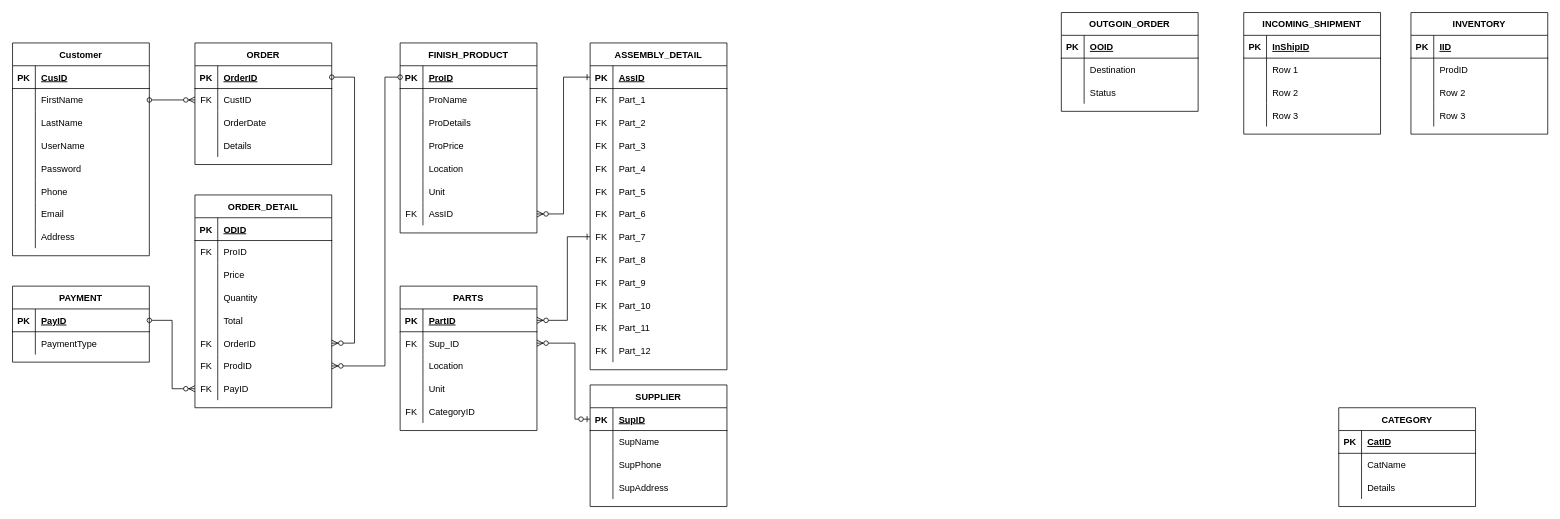
Before: Copy of myAssignment1.drawio in trannthany/IT703_Database_FrontEnd, a draw.io diagram. Source tidied: cells renumbered, new cells numbered last; positions are measured from the earlier drawing's top-left corner, leaving out a move shared by most shapes. Both pictures are drawn from the tidied source at 76%, with x=0, y=0 at pixel (12, 12).
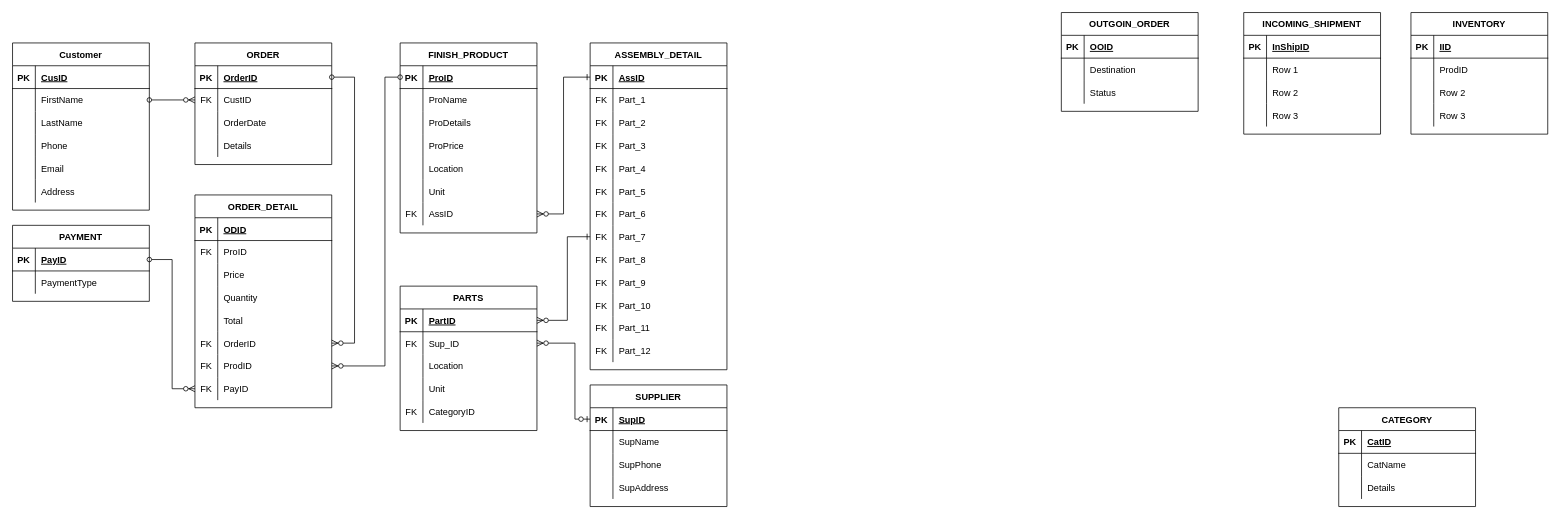
The same diagram, later.

The edit, as a diff of the source:
```diff
@@
     <mxCell id="156" value="Customer" style="shape=table;startSize=30;childLayout=tableLayout;rowLines=0;fontStyle=1;align=center;" parent="1" vertex="1">
-      <mxGeometry y="40" width="180" height="280" as="geometry" />
+      <mxGeometry y="40" width="180" height="220" as="geometry" />
     </mxCell>
@@
-    <mxCell id="166" style="shape=partialRectangle;fillColor=none;top=0;left=0;bottom=0;right=0;" parent="156" vertex="1">
-      <mxGeometry y="120" width="180" height="30" as="geometry" />
-    </mxCell>
-    <mxCell id="167" style="shape=partialRectangle;fillColor=none;top=0;left=0;bottom=0;right=0;overflow=hidden;" parent="166" vertex="1">
-      <mxGeometry width="30" height="30" as="geometry" />
-    </mxCell>
-    <mxCell id="168" value="UserName" style="shape=partialRectangle;fillColor=none;top=0;left=0;bottom=0;right=0;align=left;spacingLeft=6;overflow=hidden;" parent="166" vertex="1">
-      <mxGeometry x="30" width="150" height="30" as="geometry" />
-    </mxCell>
-    <mxCell id="169" style="shape=partialRectangle;fillColor=none;top=0;left=0;bottom=0;right=0;" parent="156" vertex="1">
-      <mxGeometry y="150" width="180" height="30" as="geometry" />
-    </mxCell>
-    <mxCell id="170" style="shape=partialRectangle;fillColor=none;top=0;left=0;bottom=0;right=0;overflow=hidden;" parent="169" vertex="1">
-      <mxGeometry width="30" height="30" as="geometry" />
-    </mxCell>
-    <mxCell id="171" value="Password" style="shape=partialRectangle;fillColor=none;top=0;left=0;bottom=0;right=0;align=left;spacingLeft=6;overflow=hidden;" parent="169" vertex="1">
-      <mxGeometry x="30" width="150" height="30" as="geometry" />
-    </mxCell>
     <mxCell id="172" style="shape=partialRectangle;fillColor=none;top=0;left=0;bottom=0;right=0;" parent="156" vertex="1">
-      <mxGeometry y="180" width="180" height="30" as="geometry" />
+      <mxGeometry y="120" width="180" height="30" as="geometry" />
     </mxCell>
@@
     <mxCell id="175" style="shape=partialRectangle;fillColor=none;top=0;left=0;bottom=0;right=0;" parent="156" vertex="1">
-      <mxGeometry y="210" width="180" height="30" as="geometry" />
+      <mxGeometry y="150" width="180" height="30" as="geometry" />
     </mxCell>
@@
     <mxCell id="178" style="shape=partialRectangle;fillColor=none;top=0;left=0;bottom=0;right=0;" parent="156" vertex="1">
-      <mxGeometry y="240" width="180" height="30" as="geometry" />
+      <mxGeometry y="180" width="180" height="30" as="geometry" />
     </mxCell>
@@
     <mxCell id="181" value="PAYMENT" style="shape=table;startSize=30;childLayout=tableLayout;rowLines=0;fontStyle=1;align=center;" parent="1" vertex="1">
-      <mxGeometry y="360" width="180" height="100" as="geometry" />
+      <mxGeometry y="280" width="180" height="100" as="geometry" />
     </mxCell>
```
